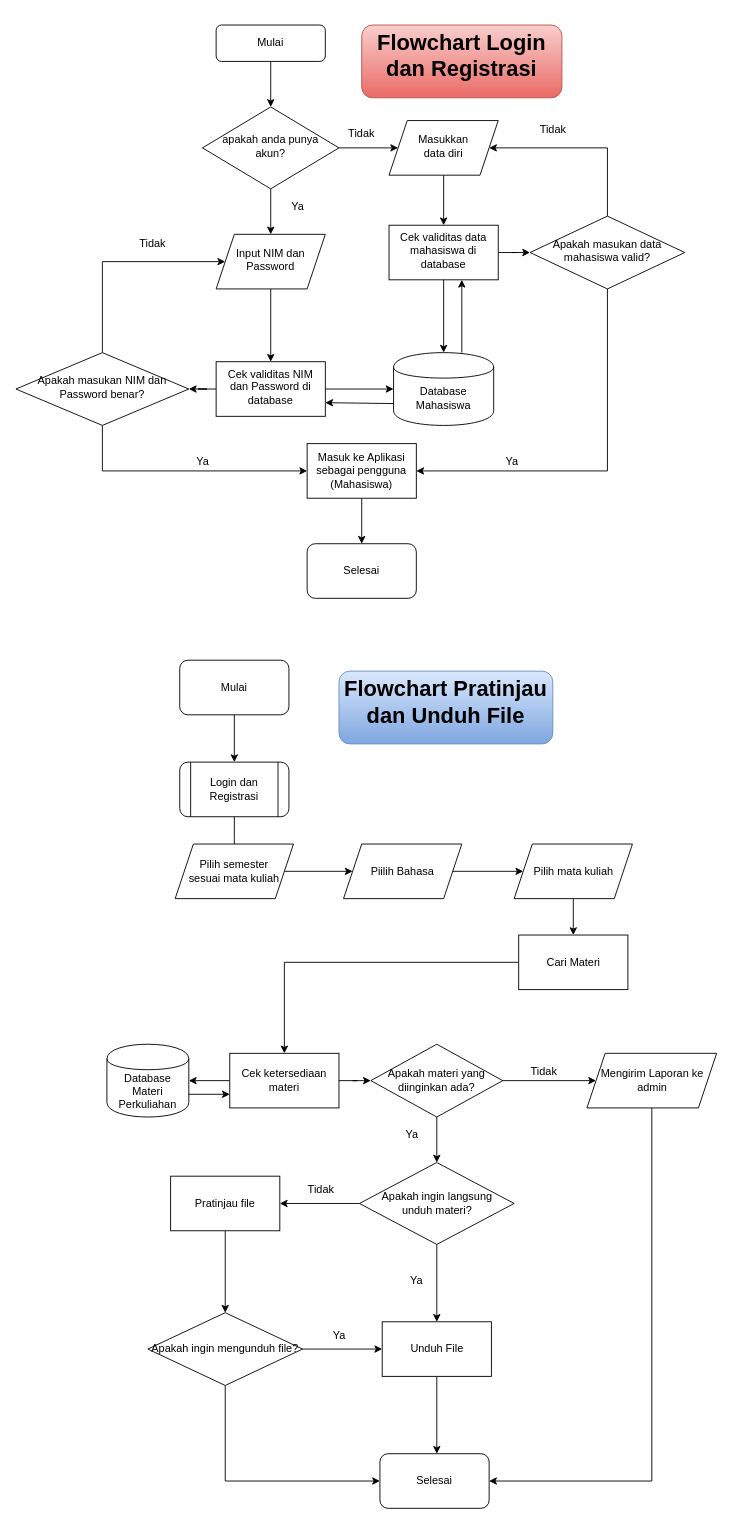
This is HCI_ProgramFlow.drawio from freyaldi/unsri-4-HCI, a draw.io file, before an edit. Source tidied: cells renumbered, new cells numbered last; positions are measured from the earlier drawing's top-left corner, leaving out a move shared by most shapes. Both pictures are drawn from the tidied source at 91%, with x=0, y=0 at pixel (15, 25).
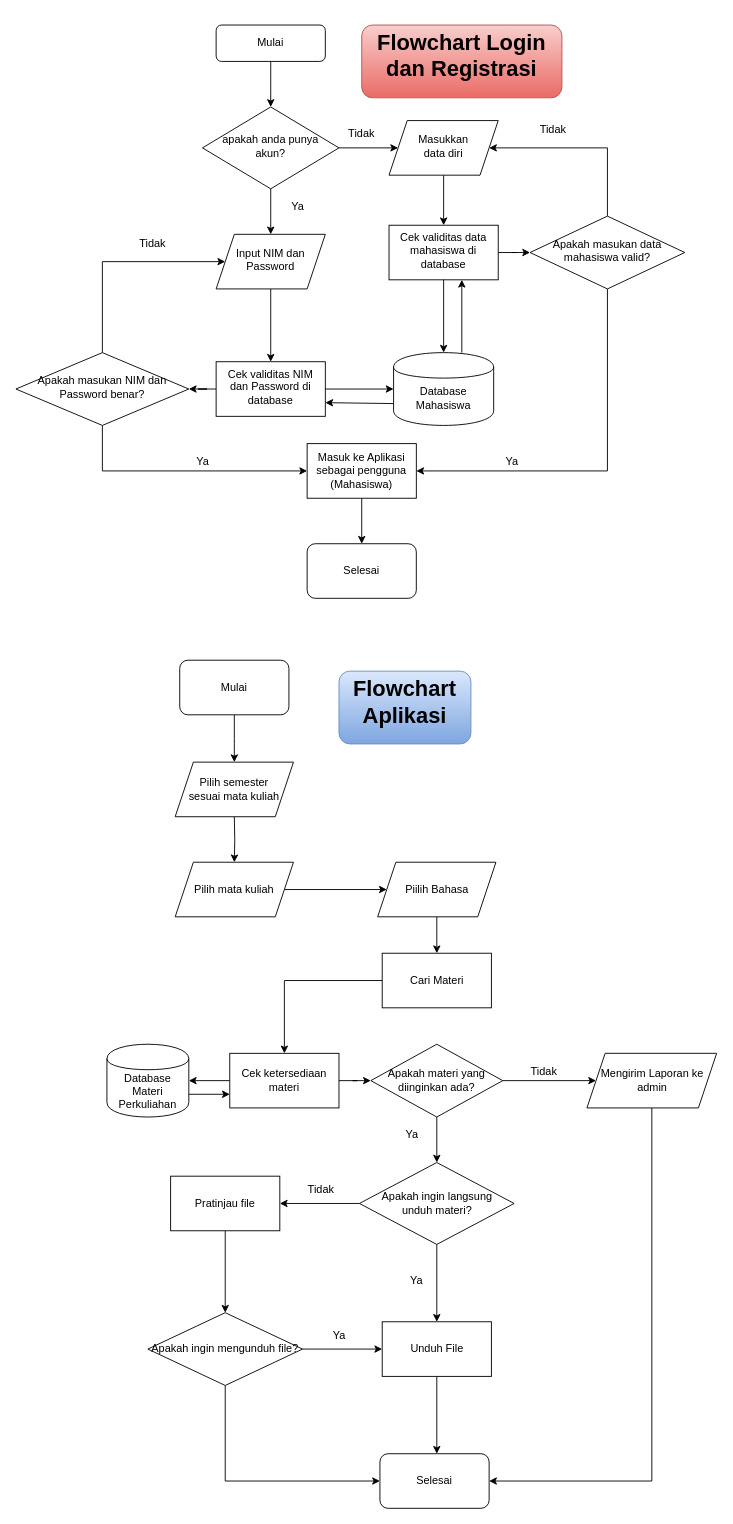
The same diagram, later.

The change refers to these unchanged cells:
```xml
<mxCell id="32" value="Mulai" style="rounded=1;whiteSpace=wrap;html=1;shadow=0;glass=0;sketch=0;gradientColor=none;" parent="1" vertex="1">
  <mxGeometry x="180" y="698" width="120" height="60" as="geometry" />
</mxCell>
```

The edit, as a diff of the source:
```diff
@@
-    <mxCell id="31" style="edgeStyle=orthogonalEdgeStyle;rounded=0;jettySize=auto;html=1;" parent="1" edge="1" source="32" target="34">
-      <mxGeometry relative="1" as="geometry" />
+    <mxCell id="31" style="edgeStyle=orthogonalEdgeStyle;rounded=0;jettySize=auto;html=1;" parent="1" edge="1" source="32">
+      <mxGeometry relative="1" as="geometry">
+        <mxPoint x="240" y="810" as="targetPoint" />
+      </mxGeometry>
     </mxCell>
@@
-    <mxCell id="33" style="edgeStyle=orthogonalEdgeStyle;rounded=0;jettySize=auto;html=1;" parent="1" edge="1" source="34">
+    <mxCell id="33" style="edgeStyle=orthogonalEdgeStyle;rounded=0;jettySize=auto;html=1;entryX=0.5;entryY=0;entryDx=0;entryDy=0;" parent="1" edge="1" target="39">
       <mxGeometry relative="1" as="geometry">
-        <mxPoint x="240" y="920" as="targetPoint" />
+        <mxPoint x="240" y="870" as="sourcePoint" />
       </mxGeometry>
     </mxCell>
-    <mxCell id="34" value="Login dan Registrasi" style="shape=process;whiteSpace=wrap;html=1;backgroundOutline=1;rounded=1;shadow=0;glass=0;sketch=0;" parent="1" vertex="1">
-      <mxGeometry x="180" y="810" width="120" height="60" as="geometry" />
-    </mxCell>
-    <mxCell id="35" value="&lt;h1&gt;Flowchart Pratinjau dan Unduh File&lt;/h1&gt;" style="text;html=1;strokeColor=#6c8ebf;fillColor=#dae8fc;spacing=5;spacingTop=-20;whiteSpace=wrap;overflow=hidden;rounded=1;shadow=0;glass=0;sketch=0;gradientColor=#7ea6e0;align=center;" parent="1" vertex="1">
-      <mxGeometry x="355" y="710" width="235" height="80" as="geometry" />
+    <mxCell id="35" value="&lt;h1&gt;Flowchart Aplikasi&lt;/h1&gt;" style="text;html=1;strokeColor=#6c8ebf;fillColor=#dae8fc;spacing=5;spacingTop=-20;whiteSpace=wrap;overflow=hidden;rounded=1;shadow=0;glass=0;sketch=0;gradientColor=#7ea6e0;align=center;" parent="1" vertex="1">
+      <mxGeometry x="355" y="710" width="145" height="80" as="geometry" />
     </mxCell>
-    <mxCell id="36" style="edgeStyle=orthogonalEdgeStyle;rounded=0;jettySize=auto;html=1;entryX=0;entryY=0.5;entryDx=0;entryDy=0;" parent="1" edge="1" source="37" target="74">
-      <mxGeometry relative="1" as="geometry" />
-    </mxCell>
     <mxCell id="37" value="Pilih semester &lt;br&gt;sesuai mata kuliah" style="shape=parallelogram;perimeter=parallelogramPerimeter;whiteSpace=wrap;html=1;fixedSize=1;rounded=0;shadow=0;glass=0;sketch=0;gradientColor=none;" parent="1" vertex="1">
-      <mxGeometry x="175" y="900" width="130" height="60" as="geometry" />
+      <mxGeometry x="175" y="810" width="130" height="60" as="geometry" />
     </mxCell>
-    <mxCell id="38" style="edgeStyle=orthogonalEdgeStyle;rounded=0;jettySize=auto;html=1;" parent="1" edge="1" source="39" target="48">
-      <mxGeometry relative="1" as="geometry" />
-    </mxCell>
+    <mxCell id="75" style="edgeStyle=orthogonalEdgeStyle;rounded=0;jettySize=auto;html=1;" parent="1" edge="1" source="39" target="74">
+      <mxGeometry relative="1" as="geometry" />
+    </mxCell>
     <mxCell id="39" value="Pilih mata kuliah" style="shape=parallelogram;perimeter=parallelogramPerimeter;whiteSpace=wrap;html=1;fixedSize=1;rounded=0;shadow=0;glass=0;sketch=0;gradientColor=none;" parent="1" vertex="1">
-      <mxGeometry x="547.5" y="900" width="130" height="60" as="geometry" />
+      <mxGeometry x="175" y="920" width="130" height="60" as="geometry" />
     </mxCell>
@@
     <mxCell id="48" value="Cari Materi" style="rounded=0;whiteSpace=wrap;html=1;shadow=0;glass=0;sketch=0;gradientColor=none;" parent="1" vertex="1">
-      <mxGeometry x="552.5" y="1000" width="120" height="60" as="geometry" />
+      <mxGeometry x="402.5" y="1020" width="120" height="60" as="geometry" />
     </mxCell>
@@
-    <mxCell id="73" style="edgeStyle=orthogonalEdgeStyle;rounded=0;jettySize=auto;html=1;" parent="1" edge="1" source="74" target="39">
-      <mxGeometry relative="1" as="geometry" />
-    </mxCell>
+    <mxCell id="76" style="edgeStyle=orthogonalEdgeStyle;rounded=0;jettySize=auto;html=1;" parent="1" edge="1" source="74" target="48">
+      <mxGeometry relative="1" as="geometry" />
+    </mxCell>
     <mxCell id="74" value="Piilih Bahasa" style="shape=parallelogram;perimeter=parallelogramPerimeter;whiteSpace=wrap;html=1;fixedSize=1;rounded=0;shadow=0;glass=0;sketch=0;gradientColor=none;" parent="1" vertex="1">
-      <mxGeometry x="360" y="900" width="130" height="60" as="geometry" />
+      <mxGeometry x="397.5" y="920" width="130" height="60" as="geometry" />
     </mxCell>
```
